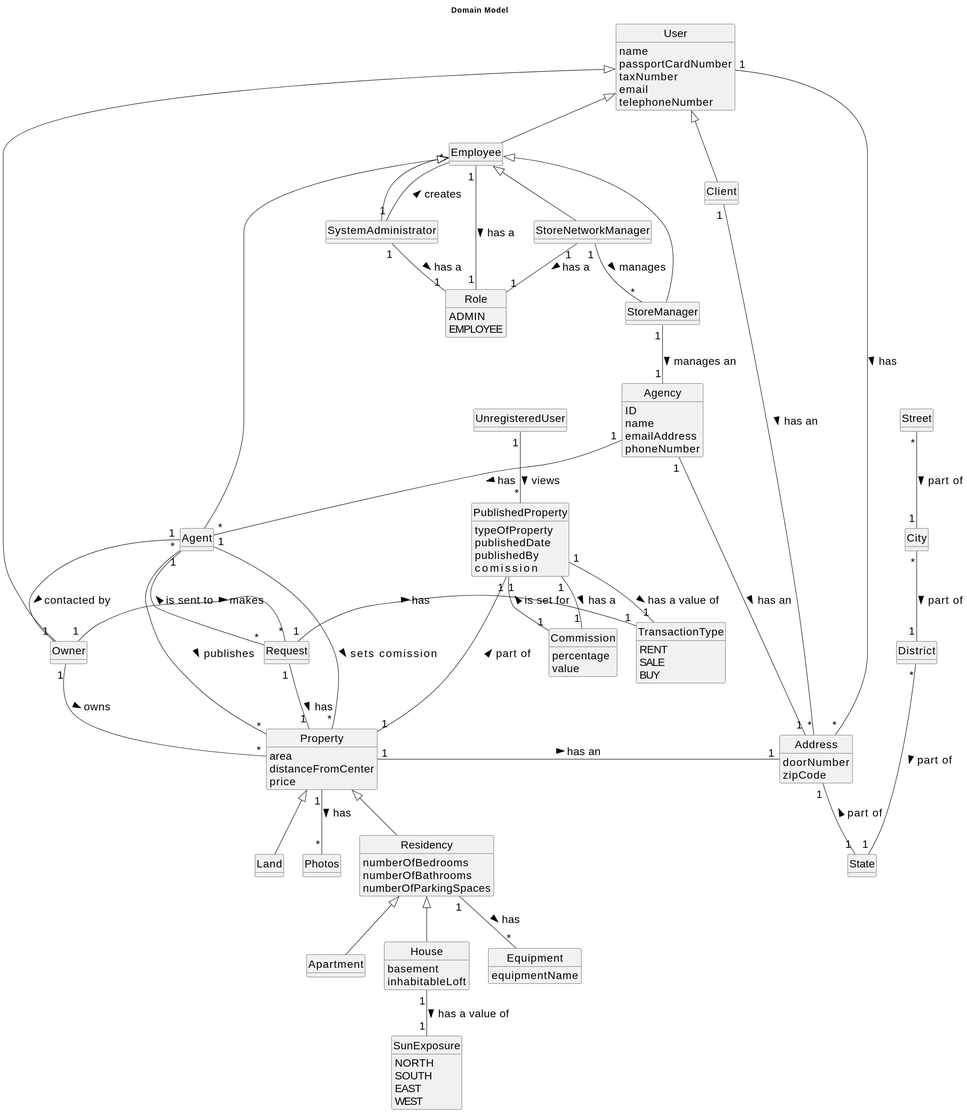
Goncalves2525/real-estate-management-system keeps this PlantUML diagram as docs/sprintB/global-artifacts/02.analysis/svg/project-domain-model.svg. Above is the earlier version.
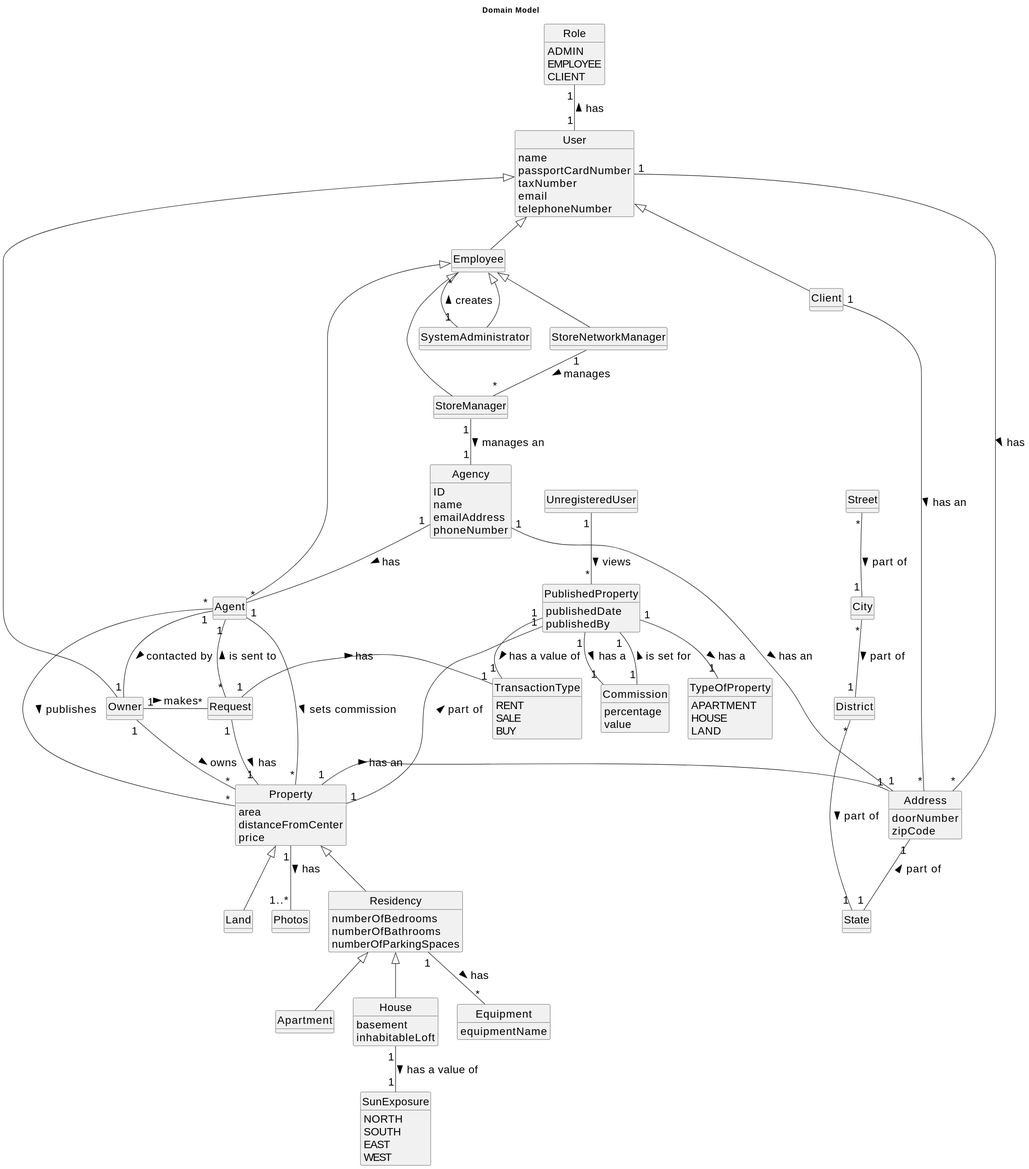
The same file after the commit.

What changed in the source:
```diff
@@ -78,15 +78,19 @@
 }
 
 class PublishedProperty{
-    typeOfProperty
     publishedDate
     publishedBy
-    commission
 }
 
 class Commission{
     percentage
     value
+}
+
+class TypeOfProperty{
+    APARTMENT
+    HOUSE
+    LAND
 }
 
 class Land extends Property{
@@ -99,6 +103,7 @@
 class Role{
 ADMIN
 EMPLOYEE
+CLIENT
 }
 
 class SystemAdministrator extends Employee{
@@ -129,13 +134,11 @@
 class Request{
 }
 
-
+PublishedProperty "1" -- "1" TypeOfProperty: has a >
 StoreNetworkManager "1" -- "*" StoreManager: manages >
 Agency "1" -- "*" Agent: has >
 SystemAdministrator "1" -- "*" Employee: creates >
-Employee "1" -- "1" Role: has a >
-SystemAdministrator "1" -- "1" Role: has a >
-StoreNetworkManager "1" -- "1" Role: has a >
+Role "1" -- "1" User: has <
 Agent "1" -- "1" Owner : contacted by >
 Agent "*" - "*" Property: publishes >
 Agent "1" - "*" Property: sets commission >
@@ -149,7 +152,7 @@
 Street "*" -- "1" City : part of >
 District "*" --- "1" State : part of >
 Client "1" -- "*" Address: has an >
-Property "1" -- "*" Photos: has >
+Property "1" -- "1..*" Photos: has >
 PublishedProperty "1" -- "1" Commission: is set for <
 Residency "1" -- "*" Equipment: has >
 PublishedProperty "1" -- "1" Property: part of <
```
